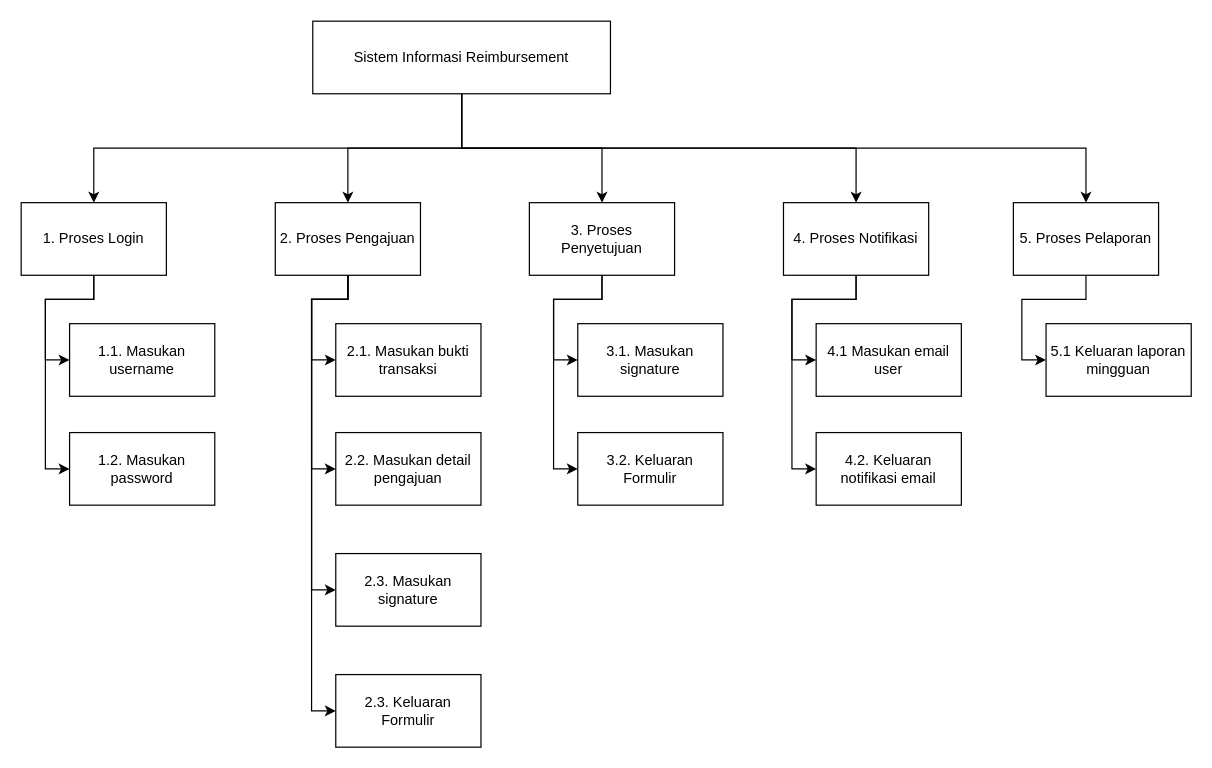
Above: dekomposisi-function.drawio in raflialkindhi/graph-save (draw.io), before the change. Source tidied: cells renumbered, new cells numbered last; positions are measured from the earlier drawing's top-left corner, leaving out a move shared by most shapes. Both pictures are drawn from the tidied source at 121%, with x=0, y=0 at pixel (21, 21).
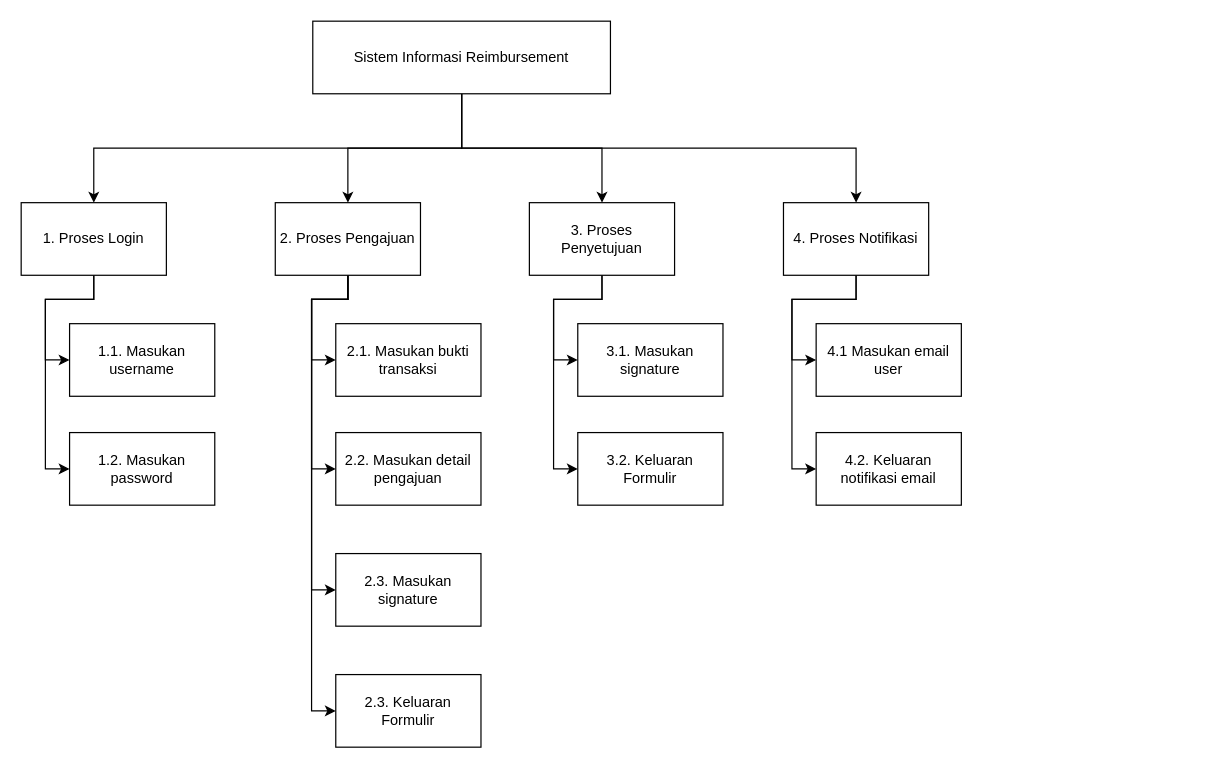
After the change.

The change refers to these unchanged cells:
```xml
<mxCell id="7" value="Sistem Informasi Reimbursement" style="rounded=0;whiteSpace=wrap;html=1;" parent="1" vertex="1">
  <mxGeometry x="241" width="246" height="60" as="geometry" />
</mxCell>
```

Change to the diagram source:
```diff
@@
-    <mxCell id="6" style="edgeStyle=orthogonalEdgeStyle;rounded=0;jettySize=auto;html=1;exitX=0.5;exitY=1;exitDx=0;exitDy=0;entryX=0.5;entryY=0;entryDx=0;entryDy=0;" parent="1" edge="1" source="7" target="33">
-      <mxGeometry relative="1" as="geometry" />
-    </mxCell>
@@
-    <mxCell id="32" style="edgeStyle=orthogonalEdgeStyle;rounded=0;jettySize=auto;html=1;exitX=0.5;exitY=1;exitDx=0;exitDy=0;entryX=0;entryY=0.5;entryDx=0;entryDy=0;" parent="1" edge="1" source="33" target="34">
-      <mxGeometry relative="1" as="geometry" />
-    </mxCell>
-    <mxCell id="33" value="5. Proses Pelaporan" style="rounded=0;whiteSpace=wrap;html=1;" parent="1" vertex="1">
-      <mxGeometry x="820" y="150" width="120" height="60" as="geometry" />
-    </mxCell>
-    <mxCell id="34" value="5.1 Keluaran laporan mingguan" style="whiteSpace=wrap;html=1;rounded=0;" parent="1" vertex="1">
-      <mxGeometry x="847" y="250" width="120" height="60" as="geometry" />
-    </mxCell>
```
